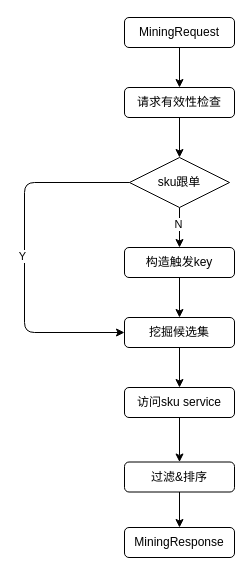
Above: touch_point.drawio in blueberryc/draw.io (draw.io), before the change. Source tidied: cells renumbered, new cells numbered last; positions are measured from the earlier drawing's top-left corner, leaving out a move shared by most shapes. Both pictures are drawn from the tidied source at 100%, with x=0, y=0 at pixel (24, 17).
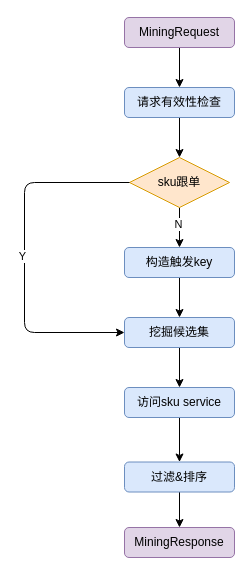
The same diagram, later.

What changed in the source:
```diff
@@
-    <mxCell id="3" value="MiningRequest" style="rounded=1;whiteSpace=wrap;html=1;" parent="1" vertex="1">
+    <mxCell id="3" value="MiningRequest" style="rounded=1;whiteSpace=wrap;html=1;fillColor=#e1d5e7;strokeColor=#9673a6;" parent="1" vertex="1">
       <mxGeometry x="100" width="110" height="30" as="geometry" />
     </mxCell>
@@
-    <mxCell id="5" value="请求有效性检查" style="rounded=1;whiteSpace=wrap;html=1;" parent="1" vertex="1">
+    <mxCell id="5" value="请求有效性检查" style="rounded=1;whiteSpace=wrap;html=1;fillColor=#dae8fc;strokeColor=#6c8ebf;" parent="1" vertex="1">
       <mxGeometry x="100" y="70" width="110" height="30" as="geometry" />
     </mxCell>
@@
-    <mxCell id="7" value="构造触发key" style="rounded=1;whiteSpace=wrap;html=1;" parent="1" vertex="1">
+    <mxCell id="7" value="构造触发key" style="rounded=1;whiteSpace=wrap;html=1;fillColor=#dae8fc;strokeColor=#6c8ebf;" parent="1" vertex="1">
       <mxGeometry x="100" y="230" width="110" height="30" as="geometry" />
     </mxCell>
@@
-    <mxCell id="10" value="sku跟单" style="rhombus;whiteSpace=wrap;html=1;" parent="1" vertex="1">
+    <mxCell id="10" value="sku跟单" style="rhombus;whiteSpace=wrap;html=1;fillColor=#ffe6cc;strokeColor=#d79b00;" parent="1" vertex="1">
       <mxGeometry x="105" y="140" width="100" height="50" as="geometry" />
     </mxCell>
@@
-    <mxCell id="12" value="挖掘候选集" style="rounded=1;whiteSpace=wrap;html=1;" parent="1" vertex="1">
+    <mxCell id="12" value="挖掘候选集" style="rounded=1;whiteSpace=wrap;html=1;fillColor=#dae8fc;strokeColor=#6c8ebf;" parent="1" vertex="1">
       <mxGeometry x="100" y="300" width="110" height="30" as="geometry" />
     </mxCell>
@@
-    <mxCell id="14" value="访问sku service" style="rounded=1;whiteSpace=wrap;html=1;" parent="1" vertex="1">
+    <mxCell id="14" value="访问sku service" style="rounded=1;whiteSpace=wrap;html=1;fillColor=#dae8fc;strokeColor=#6c8ebf;" parent="1" vertex="1">
       <mxGeometry x="100" y="370" width="110" height="30" as="geometry" />
     </mxCell>
@@
-    <mxCell id="16" value="过滤&amp;amp;排序" style="rounded=1;whiteSpace=wrap;html=1;" parent="1" vertex="1">
+    <mxCell id="16" value="过滤&amp;amp;排序" style="rounded=1;whiteSpace=wrap;html=1;fillColor=#dae8fc;strokeColor=#6c8ebf;" parent="1" vertex="1">
       <mxGeometry x="100" y="444.5" width="110" height="30" as="geometry" />
     </mxCell>
-    <mxCell id="17" value="MiningResponse" style="rounded=1;whiteSpace=wrap;html=1;" parent="1" vertex="1">
+    <mxCell id="17" value="MiningResponse" style="rounded=1;whiteSpace=wrap;html=1;fillColor=#e1d5e7;strokeColor=#9673a6;" parent="1" vertex="1">
       <mxGeometry x="100" y="510" width="110" height="30" as="geometry" />
     </mxCell>
```
